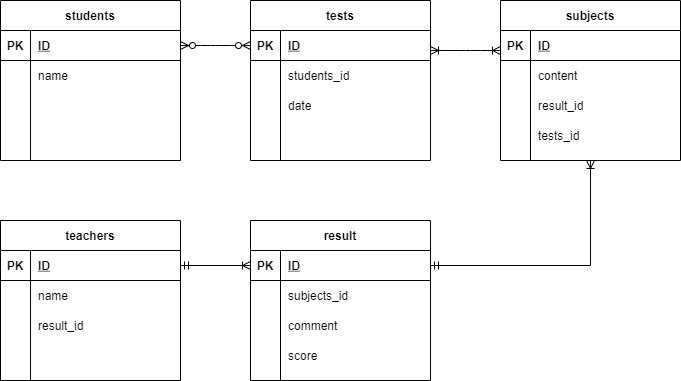
Above: index.drawio.png in hisad/coachtech_DB (draw.io), before the change. Source tidied: cells renumbered, new cells last; positions are measured from the earlier drawing's top-left corner, leaving out a move shared by most shapes.
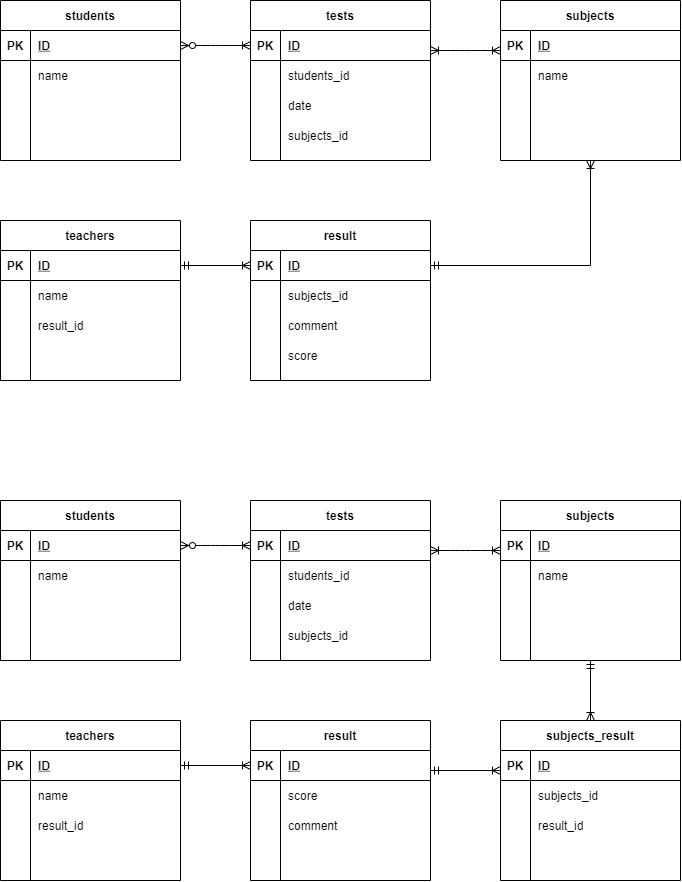
After the commit.

Diff of the diagram source:
```diff
@@ -116,10 +116,10 @@
     <mxCell id="39" style="shape=partialRectangle;fillColor=none;top=0;left=0;bottom=0;right=0;overflow=hidden;" parent="38" vertex="1">
       <mxGeometry width="30" height="30" as="geometry" />
     </mxCell>
-    <mxCell id="40" style="shape=partialRectangle;fillColor=none;top=0;left=0;bottom=0;right=0;align=left;spacingLeft=6;overflow=hidden;" parent="38" vertex="1">
+    <mxCell id="40" value="subjects_id" style="shape=partialRectangle;fillColor=none;top=0;left=0;bottom=0;right=0;align=left;spacingLeft=6;overflow=hidden;" parent="38" vertex="1">
       <mxGeometry x="30" width="150" height="30" as="geometry" />
     </mxCell>
-    <mxCell id="41" style="edgeStyle=entityRelationEdgeStyle;fontSize=12;html=1;endArrow=ERzeroToMany;exitX=1;exitY=0.5;exitDx=0;exitDy=0;entryX=0;entryY=0.5;entryDx=0;entryDy=0;endFill=1;startArrow=ERzeroToMany;startFill=1;" parent="1" edge="1" source="3" target="29">
+    <mxCell id="41" style="edgeStyle=entityRelationEdgeStyle;fontSize=12;html=1;endArrow=ERoneToMany;exitX=1;exitY=0.5;exitDx=0;exitDy=0;entryX=0;entryY=0.5;entryDx=0;entryDy=0;endFill=0;startArrow=ERzeroToMany;startFill=1;" parent="1" edge="1" source="3" target="29">
       <mxGeometry relative="1" as="geometry" />
     </mxCell>
     <mxCell id="42" style="edgeStyle=orthogonalEdgeStyle;rounded=0;jettySize=auto;html=1;startArrow=ERmandOne;startFill=0;endArrow=ERoneToMany;endFill=0;entryX=0.5;entryY=1;entryDx=0;entryDy=0;exitX=1;exitY=0.5;exitDx=0;exitDy=0;" parent="1" edge="1" source="44" target="57">
@@ -185,7 +185,7 @@
     <mxCell id="62" style="shape=partialRectangle;fillColor=none;top=0;left=0;bottom=0;right=0;overflow=hidden;" parent="61" vertex="1">
       <mxGeometry width="30" height="30" as="geometry" />
     </mxCell>
-    <mxCell id="63" value="content" style="shape=partialRectangle;fillColor=none;top=0;left=0;bottom=0;right=0;align=left;spacingLeft=6;overflow=hidden;" parent="61" vertex="1">
+    <mxCell id="63" value="name" style="shape=partialRectangle;fillColor=none;top=0;left=0;bottom=0;right=0;align=left;spacingLeft=6;overflow=hidden;" parent="61" vertex="1">
       <mxGeometry x="30" width="150" height="30" as="geometry" />
     </mxCell>
     <mxCell id="64" style="shape=partialRectangle;fillColor=none;top=0;left=0;bottom=0;right=0;" parent="57" vertex="1">
@@ -194,7 +194,7 @@
     <mxCell id="65" style="shape=partialRectangle;fillColor=none;top=0;left=0;bottom=0;right=0;overflow=hidden;" parent="64" vertex="1">
       <mxGeometry width="30" height="30" as="geometry" />
     </mxCell>
-    <mxCell id="66" value="result_id" style="shape=partialRectangle;fillColor=none;top=0;left=0;bottom=0;right=0;align=left;spacingLeft=6;overflow=hidden;" parent="64" vertex="1">
+    <mxCell id="66" style="shape=partialRectangle;fillColor=none;top=0;left=0;bottom=0;right=0;align=left;spacingLeft=6;overflow=hidden;" parent="64" vertex="1">
       <mxGeometry x="30" width="150" height="30" as="geometry" />
     </mxCell>
     <mxCell id="67" style="shape=partialRectangle;fillColor=none;top=0;left=0;bottom=0;right=0;" parent="57" vertex="1">
@@ -203,7 +203,7 @@
     <mxCell id="68" style="shape=partialRectangle;fillColor=none;top=0;left=0;bottom=0;right=0;overflow=hidden;" parent="67" vertex="1">
       <mxGeometry width="30" height="30" as="geometry" />
     </mxCell>
-    <mxCell id="69" value="tests_id" style="shape=partialRectangle;fillColor=none;top=0;left=0;bottom=0;right=0;align=left;spacingLeft=6;overflow=hidden;" parent="67" vertex="1">
+    <mxCell id="69" style="shape=partialRectangle;fillColor=none;top=0;left=0;bottom=0;right=0;align=left;spacingLeft=6;overflow=hidden;" parent="67" vertex="1">
       <mxGeometry x="30" width="150" height="30" as="geometry" />
     </mxCell>
     <mxCell id="70" style="edgeStyle=entityRelationEdgeStyle;fontSize=12;html=1;endArrow=ERoneToMany;exitX=1;exitY=0.5;exitDx=0;exitDy=0;entryX=0;entryY=0.5;entryDx=0;entryDy=0;endFill=0;startArrow=ERoneToMany;startFill=0;" parent="1" edge="1">
@@ -212,5 +212,260 @@
         <mxPoint x="500" y="50" as="targetPoint" />
       </mxGeometry>
     </mxCell>
+    <mxCell id="71" value="students" style="shape=table;startSize=30;rowLines=0;fontStyle=1;align=center;" parent="1" vertex="1">
+      <mxGeometry y="500" width="180" height="160" as="geometry" />
+    </mxCell>
+    <mxCell id="72" style="shape=partialRectangle;fillColor=none;top=0;left=0;bottom=1;right=0;points=[[0,0.5],[1,0.5]];portConstraint=eastwest;" parent="71" vertex="1">
+      <mxGeometry y="30" width="180" height="30" as="geometry" />
+    </mxCell>
+    <mxCell id="73" value="PK" style="shape=partialRectangle;fillColor=none;top=0;left=0;bottom=0;right=0;fontStyle=1;overflow=hidden;" parent="72" vertex="1">
+      <mxGeometry width="30" height="30" as="geometry" />
+    </mxCell>
+    <mxCell id="74" value="ID" style="shape=partialRectangle;fillColor=none;top=0;left=0;bottom=0;right=0;align=left;spacingLeft=6;fontStyle=5;overflow=hidden;" parent="72" vertex="1">
+      <mxGeometry x="30" width="150" height="30" as="geometry" />
+    </mxCell>
+    <mxCell id="75" style="shape=partialRectangle;fillColor=none;top=0;left=0;bottom=0;right=0;" parent="71" vertex="1">
+      <mxGeometry y="60" width="180" height="30" as="geometry" />
+    </mxCell>
+    <mxCell id="76" style="shape=partialRectangle;fillColor=none;top=0;left=0;bottom=0;right=0;overflow=hidden;" parent="75" vertex="1">
+      <mxGeometry width="30" height="30" as="geometry" />
+    </mxCell>
+    <mxCell id="77" value="name" style="shape=partialRectangle;fillColor=none;top=0;left=0;bottom=0;right=0;align=left;spacingLeft=6;overflow=hidden;" parent="75" vertex="1">
+      <mxGeometry x="30" width="150" height="30" as="geometry" />
+    </mxCell>
+    <mxCell id="78" style="shape=partialRectangle;fillColor=none;top=0;left=0;bottom=0;right=0;" parent="71" vertex="1">
+      <mxGeometry y="90" width="180" height="30" as="geometry" />
+    </mxCell>
+    <mxCell id="79" style="shape=partialRectangle;fillColor=none;top=0;left=0;bottom=0;right=0;overflow=hidden;" parent="78" vertex="1">
+      <mxGeometry width="30" height="30" as="geometry" />
+    </mxCell>
+    <mxCell id="80" style="shape=partialRectangle;fillColor=none;top=0;left=0;bottom=0;right=0;align=left;spacingLeft=6;overflow=hidden;" parent="78" vertex="1">
+      <mxGeometry x="30" width="150" height="30" as="geometry" />
+    </mxCell>
+    <mxCell id="81" style="shape=partialRectangle;fillColor=none;top=0;left=0;bottom=0;right=0;" parent="71" vertex="1">
+      <mxGeometry y="120" width="180" height="30" as="geometry" />
+    </mxCell>
+    <mxCell id="82" style="shape=partialRectangle;fillColor=none;top=0;left=0;bottom=0;right=0;overflow=hidden;" parent="81" vertex="1">
+      <mxGeometry width="30" height="30" as="geometry" />
+    </mxCell>
+    <mxCell id="83" style="shape=partialRectangle;fillColor=none;top=0;left=0;bottom=0;right=0;align=left;spacingLeft=6;overflow=hidden;" parent="81" vertex="1">
+      <mxGeometry x="30" width="150" height="30" as="geometry" />
+    </mxCell>
+    <mxCell id="84" value="teachers" style="shape=table;startSize=30;rowLines=0;fontStyle=1;align=center;" parent="1" vertex="1">
+      <mxGeometry y="720" width="180" height="160" as="geometry" />
+    </mxCell>
+    <mxCell id="85" style="shape=partialRectangle;fillColor=none;top=0;left=0;bottom=1;right=0;points=[[0,0.5],[1,0.5]];portConstraint=eastwest;" parent="84" vertex="1">
+      <mxGeometry y="30" width="180" height="30" as="geometry" />
+    </mxCell>
+    <mxCell id="86" value="PK" style="shape=partialRectangle;fillColor=none;top=0;left=0;bottom=0;right=0;fontStyle=1;overflow=hidden;" parent="85" vertex="1">
+      <mxGeometry width="30" height="30" as="geometry" />
+    </mxCell>
+    <mxCell id="87" value="ID" style="shape=partialRectangle;fillColor=none;top=0;left=0;bottom=0;right=0;align=left;spacingLeft=6;fontStyle=5;overflow=hidden;" parent="85" vertex="1">
+      <mxGeometry x="30" width="150" height="30" as="geometry" />
+    </mxCell>
+    <mxCell id="88" style="shape=partialRectangle;fillColor=none;top=0;left=0;bottom=0;right=0;" parent="84" vertex="1">
+      <mxGeometry y="60" width="180" height="30" as="geometry" />
+    </mxCell>
+    <mxCell id="89" style="shape=partialRectangle;fillColor=none;top=0;left=0;bottom=0;right=0;overflow=hidden;" parent="88" vertex="1">
+      <mxGeometry width="30" height="30" as="geometry" />
+    </mxCell>
+    <mxCell id="90" value="name" style="shape=partialRectangle;fillColor=none;top=0;left=0;bottom=0;right=0;align=left;spacingLeft=6;overflow=hidden;" parent="88" vertex="1">
+      <mxGeometry x="30" width="150" height="30" as="geometry" />
+    </mxCell>
+    <mxCell id="91" style="shape=partialRectangle;fillColor=none;top=0;left=0;bottom=0;right=0;" parent="84" vertex="1">
+      <mxGeometry y="90" width="180" height="30" as="geometry" />
+    </mxCell>
+    <mxCell id="92" style="shape=partialRectangle;fillColor=none;top=0;left=0;bottom=0;right=0;overflow=hidden;" parent="91" vertex="1">
+      <mxGeometry width="30" height="30" as="geometry" />
+    </mxCell>
+    <mxCell id="93" value="result_id" style="shape=partialRectangle;fillColor=none;top=0;left=0;bottom=0;right=0;align=left;spacingLeft=6;overflow=hidden;" parent="91" vertex="1">
+      <mxGeometry x="30" width="150" height="30" as="geometry" />
+    </mxCell>
+    <mxCell id="94" style="shape=partialRectangle;fillColor=none;top=0;left=0;bottom=0;right=0;" parent="84" vertex="1">
+      <mxGeometry y="120" width="180" height="30" as="geometry" />
+    </mxCell>
+    <mxCell id="95" style="shape=partialRectangle;fillColor=none;top=0;left=0;bottom=0;right=0;overflow=hidden;" parent="94" vertex="1">
+      <mxGeometry width="30" height="30" as="geometry" />
+    </mxCell>
+    <mxCell id="96" style="shape=partialRectangle;fillColor=none;top=0;left=0;bottom=0;right=0;align=left;spacingLeft=6;overflow=hidden;" parent="94" vertex="1">
+      <mxGeometry x="30" width="150" height="30" as="geometry" />
+    </mxCell>
+    <mxCell id="97" value="tests" style="shape=table;startSize=30;rowLines=0;fontStyle=1;align=center;" parent="1" vertex="1">
+      <mxGeometry x="250" y="500" width="180" height="160" as="geometry" />
+    </mxCell>
+    <mxCell id="98" style="shape=partialRectangle;fillColor=none;top=0;left=0;bottom=1;right=0;points=[[0,0.5],[1,0.5]];portConstraint=eastwest;" parent="97" vertex="1">
+      <mxGeometry y="30" width="180" height="30" as="geometry" />
+    </mxCell>
+    <mxCell id="99" value="PK" style="shape=partialRectangle;fillColor=none;top=0;left=0;bottom=0;right=0;fontStyle=1;overflow=hidden;" parent="98" vertex="1">
+      <mxGeometry width="30" height="30" as="geometry" />
+    </mxCell>
+    <mxCell id="100" value="ID" style="shape=partialRectangle;fillColor=none;top=0;left=0;bottom=0;right=0;align=left;spacingLeft=6;fontStyle=5;overflow=hidden;" parent="98" vertex="1">
+      <mxGeometry x="30" width="150" height="30" as="geometry" />
+    </mxCell>
+    <mxCell id="101" style="shape=partialRectangle;fillColor=none;top=0;left=0;bottom=0;right=0;" parent="97" vertex="1">
+      <mxGeometry y="60" width="180" height="30" as="geometry" />
+    </mxCell>
+    <mxCell id="102" style="shape=partialRectangle;fillColor=none;top=0;left=0;bottom=0;right=0;overflow=hidden;" parent="101" vertex="1">
+      <mxGeometry width="30" height="30" as="geometry" />
+    </mxCell>
+    <mxCell id="103" value="students_id" style="shape=partialRectangle;fillColor=none;top=0;left=0;bottom=0;right=0;align=left;spacingLeft=6;overflow=hidden;" parent="101" vertex="1">
+      <mxGeometry x="30" width="150" height="30" as="geometry" />
+    </mxCell>
+    <mxCell id="104" style="shape=partialRectangle;fillColor=none;top=0;left=0;bottom=0;right=0;" parent="97" vertex="1">
+      <mxGeometry y="90" width="180" height="30" as="geometry" />
+    </mxCell>
+    <mxCell id="105" style="shape=partialRectangle;fillColor=none;top=0;left=0;bottom=0;right=0;overflow=hidden;" parent="104" vertex="1">
+      <mxGeometry width="30" height="30" as="geometry" />
+    </mxCell>
+    <mxCell id="106" value="date" style="shape=partialRectangle;fillColor=none;top=0;left=0;bottom=0;right=0;align=left;spacingLeft=6;overflow=hidden;" parent="104" vertex="1">
+      <mxGeometry x="30" width="150" height="30" as="geometry" />
+    </mxCell>
+    <mxCell id="107" style="shape=partialRectangle;fillColor=none;top=0;left=0;bottom=0;right=0;" parent="97" vertex="1">
+      <mxGeometry y="120" width="180" height="30" as="geometry" />
+    </mxCell>
+    <mxCell id="108" style="shape=partialRectangle;fillColor=none;top=0;left=0;bottom=0;right=0;overflow=hidden;" parent="107" vertex="1">
+      <mxGeometry width="30" height="30" as="geometry" />
+    </mxCell>
+    <mxCell id="109" value="subjects_id" style="shape=partialRectangle;fillColor=none;top=0;left=0;bottom=0;right=0;align=left;spacingLeft=6;overflow=hidden;" parent="107" vertex="1">
+      <mxGeometry x="30" width="150" height="30" as="geometry" />
+    </mxCell>
+    <mxCell id="110" style="edgeStyle=entityRelationEdgeStyle;fontSize=12;html=1;endArrow=ERoneToMany;exitX=1;exitY=0.5;exitDx=0;exitDy=0;entryX=0;entryY=0.5;entryDx=0;entryDy=0;endFill=0;startArrow=ERzeroToMany;startFill=1;" parent="1" edge="1" source="72" target="98">
+      <mxGeometry relative="1" as="geometry" />
+    </mxCell>
+    <mxCell id="111" value="result" style="shape=table;startSize=30;rowLines=0;fontStyle=1;align=center;" parent="1" vertex="1">
+      <mxGeometry x="250" y="720" width="180" height="160" as="geometry" />
+    </mxCell>
+    <mxCell id="112" style="shape=partialRectangle;fillColor=none;top=0;left=0;bottom=1;right=0;points=[[0,0.5],[1,0.5]];portConstraint=eastwest;" parent="111" vertex="1">
+      <mxGeometry y="30" width="180" height="30" as="geometry" />
+    </mxCell>
+    <mxCell id="113" value="PK" style="shape=partialRectangle;fillColor=none;top=0;left=0;bottom=0;right=0;fontStyle=1;overflow=hidden;" parent="112" vertex="1">
+      <mxGeometry width="30" height="30" as="geometry" />
+    </mxCell>
+    <mxCell id="114" value="ID" style="shape=partialRectangle;fillColor=none;top=0;left=0;bottom=0;right=0;align=left;spacingLeft=6;fontStyle=5;overflow=hidden;" parent="112" vertex="1">
+      <mxGeometry x="30" width="150" height="30" as="geometry" />
+    </mxCell>
+    <mxCell id="115" style="shape=partialRectangle;fillColor=none;top=0;left=0;bottom=0;right=0;" parent="111" vertex="1">
+      <mxGeometry y="60" width="180" height="30" as="geometry" />
+    </mxCell>
+    <mxCell id="116" style="shape=partialRectangle;fillColor=none;top=0;left=0;bottom=0;right=0;overflow=hidden;" parent="115" vertex="1">
+      <mxGeometry width="30" height="30" as="geometry" />
+    </mxCell>
+    <mxCell id="117" value="score" style="shape=partialRectangle;fillColor=none;top=0;left=0;bottom=0;right=0;align=left;spacingLeft=6;overflow=hidden;" parent="115" vertex="1">
+      <mxGeometry x="30" width="150" height="30" as="geometry" />
+    </mxCell>
+    <mxCell id="118" style="shape=partialRectangle;fillColor=none;top=0;left=0;bottom=0;right=0;" parent="111" vertex="1">
+      <mxGeometry y="90" width="180" height="30" as="geometry" />
+    </mxCell>
+    <mxCell id="119" style="shape=partialRectangle;fillColor=none;top=0;left=0;bottom=0;right=0;overflow=hidden;" parent="118" vertex="1">
+      <mxGeometry width="30" height="30" as="geometry" />
+    </mxCell>
+    <mxCell id="120" value="comment" style="shape=partialRectangle;fillColor=none;top=0;left=0;bottom=0;right=0;align=left;spacingLeft=6;overflow=hidden;" parent="118" vertex="1">
+      <mxGeometry x="30" width="150" height="30" as="geometry" />
+    </mxCell>
+    <mxCell id="121" style="shape=partialRectangle;fillColor=none;top=0;left=0;bottom=0;right=0;" parent="111" vertex="1">
+      <mxGeometry y="120" width="180" height="30" as="geometry" />
+    </mxCell>
+    <mxCell id="122" style="shape=partialRectangle;fillColor=none;top=0;left=0;bottom=0;right=0;overflow=hidden;" parent="121" vertex="1">
+      <mxGeometry width="30" height="30" as="geometry" />
+    </mxCell>
+    <mxCell id="123" style="shape=partialRectangle;fillColor=none;top=0;left=0;bottom=0;right=0;align=left;spacingLeft=6;overflow=hidden;" parent="121" vertex="1">
+      <mxGeometry x="30" width="150" height="30" as="geometry" />
+    </mxCell>
+    <mxCell id="124" style="fontSize=12;html=1;endArrow=ERoneToMany;exitX=1;exitY=0.5;exitDx=0;exitDy=0;entryX=0;entryY=0.5;entryDx=0;entryDy=0;endFill=0;startArrow=ERmandOne;startFill=0;" parent="1" edge="1" source="85" target="112">
+      <mxGeometry relative="1" as="geometry" />
+    </mxCell>
+    <mxCell id="125" value="subjects" style="shape=table;startSize=30;rowLines=0;fontStyle=1;align=center;" parent="1" vertex="1">
+      <mxGeometry x="500" y="500" width="180" height="160" as="geometry" />
+    </mxCell>
+    <mxCell id="126" style="shape=partialRectangle;fillColor=none;top=0;left=0;bottom=1;right=0;" parent="125" vertex="1">
+      <mxGeometry y="30" width="180" height="30" as="geometry" />
+    </mxCell>
+    <mxCell id="127" value="PK" style="shape=partialRectangle;fillColor=none;top=0;left=0;bottom=0;right=0;fontStyle=1;overflow=hidden;" parent="126" vertex="1">
+      <mxGeometry width="30" height="30" as="geometry" />
+    </mxCell>
+    <mxCell id="128" value="ID" style="shape=partialRectangle;fillColor=none;top=0;left=0;bottom=0;right=0;align=left;spacingLeft=6;fontStyle=5;overflow=hidden;" parent="126" vertex="1">
+      <mxGeometry x="30" width="150" height="30" as="geometry" />
+    </mxCell>
+    <mxCell id="129" style="shape=partialRectangle;fillColor=none;top=0;left=0;bottom=0;right=0;" parent="125" vertex="1">
+      <mxGeometry y="60" width="180" height="30" as="geometry" />
+    </mxCell>
+    <mxCell id="130" style="shape=partialRectangle;fillColor=none;top=0;left=0;bottom=0;right=0;overflow=hidden;" parent="129" vertex="1">
+      <mxGeometry width="30" height="30" as="geometry" />
+    </mxCell>
+    <mxCell id="131" value="name" style="shape=partialRectangle;fillColor=none;top=0;left=0;bottom=0;right=0;align=left;spacingLeft=6;overflow=hidden;" parent="129" vertex="1">
+      <mxGeometry x="30" width="150" height="30" as="geometry" />
+    </mxCell>
+    <mxCell id="132" style="shape=partialRectangle;fillColor=none;top=0;left=0;bottom=0;right=0;" parent="125" vertex="1">
+      <mxGeometry y="90" width="180" height="30" as="geometry" />
+    </mxCell>
+    <mxCell id="133" style="shape=partialRectangle;fillColor=none;top=0;left=0;bottom=0;right=0;overflow=hidden;" parent="132" vertex="1">
+      <mxGeometry width="30" height="30" as="geometry" />
+    </mxCell>
+    <mxCell id="134" style="shape=partialRectangle;fillColor=none;top=0;left=0;bottom=0;right=0;align=left;spacingLeft=6;overflow=hidden;" parent="132" vertex="1">
+      <mxGeometry x="30" width="150" height="30" as="geometry" />
+    </mxCell>
+    <mxCell id="135" style="shape=partialRectangle;fillColor=none;top=0;left=0;bottom=0;right=0;" parent="125" vertex="1">
+      <mxGeometry y="120" width="180" height="30" as="geometry" />
+    </mxCell>
+    <mxCell id="136" style="shape=partialRectangle;fillColor=none;top=0;left=0;bottom=0;right=0;overflow=hidden;" parent="135" vertex="1">
+      <mxGeometry width="30" height="30" as="geometry" />
+    </mxCell>
+    <mxCell id="137" style="shape=partialRectangle;fillColor=none;top=0;left=0;bottom=0;right=0;align=left;spacingLeft=6;overflow=hidden;" parent="135" vertex="1">
+      <mxGeometry x="30" width="150" height="30" as="geometry" />
+    </mxCell>
+    <mxCell id="138" style="edgeStyle=entityRelationEdgeStyle;fontSize=12;html=1;endArrow=ERoneToMany;exitX=1;exitY=0.5;exitDx=0;exitDy=0;entryX=0;entryY=0.5;entryDx=0;entryDy=0;endFill=0;startArrow=ERoneToMany;startFill=0;" parent="1" edge="1">
+      <mxGeometry relative="1" as="geometry">
+        <mxPoint x="430" y="550" as="sourcePoint" />
+        <mxPoint x="500" y="550" as="targetPoint" />
+      </mxGeometry>
+    </mxCell>
+    <mxCell id="139" value="subjects_result" style="shape=table;startSize=30;rowLines=0;fontStyle=1;align=center;" parent="1" vertex="1">
+      <mxGeometry x="500" y="720" width="180" height="160" as="geometry" />
+    </mxCell>
+    <mxCell id="140" style="shape=partialRectangle;fillColor=none;top=0;left=0;bottom=1;right=0;" parent="139" vertex="1">
+      <mxGeometry y="30" width="180" height="30" as="geometry" />
+    </mxCell>
+    <mxCell id="141" value="PK" style="shape=partialRectangle;fillColor=none;top=0;left=0;bottom=0;right=0;fontStyle=1;overflow=hidden;" parent="140" vertex="1">
+      <mxGeometry width="30" height="30" as="geometry" />
+    </mxCell>
+    <mxCell id="142" value="ID" style="shape=partialRectangle;fillColor=none;top=0;left=0;bottom=0;right=0;align=left;spacingLeft=6;fontStyle=5;overflow=hidden;" parent="140" vertex="1">
+      <mxGeometry x="30" width="150" height="30" as="geometry" />
+    </mxCell>
+    <mxCell id="143" style="shape=partialRectangle;fillColor=none;top=0;left=0;bottom=0;right=0;" parent="139" vertex="1">
+      <mxGeometry y="60" width="180" height="30" as="geometry" />
+    </mxCell>
+    <mxCell id="144" style="shape=partialRectangle;fillColor=none;top=0;left=0;bottom=0;right=0;overflow=hidden;" parent="143" vertex="1">
+      <mxGeometry width="30" height="30" as="geometry" />
+    </mxCell>
+    <mxCell id="145" value="subjects_id" style="shape=partialRectangle;fillColor=none;top=0;left=0;bottom=0;right=0;align=left;spacingLeft=6;overflow=hidden;" parent="143" vertex="1">
+      <mxGeometry x="30" width="150" height="30" as="geometry" />
+    </mxCell>
+    <mxCell id="146" style="shape=partialRectangle;fillColor=none;top=0;left=0;bottom=0;right=0;" parent="139" vertex="1">
+      <mxGeometry y="90" width="180" height="30" as="geometry" />
+    </mxCell>
+    <mxCell id="147" style="shape=partialRectangle;fillColor=none;top=0;left=0;bottom=0;right=0;overflow=hidden;" parent="146" vertex="1">
+      <mxGeometry width="30" height="30" as="geometry" />
+    </mxCell>
+    <mxCell id="148" value="result_id" style="shape=partialRectangle;fillColor=none;top=0;left=0;bottom=0;right=0;align=left;spacingLeft=6;overflow=hidden;" parent="146" vertex="1">
+      <mxGeometry x="30" width="150" height="30" as="geometry" />
+    </mxCell>
+    <mxCell id="149" style="shape=partialRectangle;fillColor=none;top=0;left=0;bottom=0;right=0;" parent="139" vertex="1">
+      <mxGeometry y="120" width="180" height="30" as="geometry" />
+    </mxCell>
+    <mxCell id="150" style="shape=partialRectangle;fillColor=none;top=0;left=0;bottom=0;right=0;overflow=hidden;" parent="149" vertex="1">
+      <mxGeometry width="30" height="30" as="geometry" />
+    </mxCell>
+    <mxCell id="151" style="shape=partialRectangle;fillColor=none;top=0;left=0;bottom=0;right=0;align=left;spacingLeft=6;overflow=hidden;" parent="149" vertex="1">
+      <mxGeometry x="30" width="150" height="30" as="geometry" />
+    </mxCell>
+    <mxCell id="152" style="fontSize=12;html=1;endArrow=ERoneToMany;exitX=1;exitY=0.5;exitDx=0;exitDy=0;entryX=0;entryY=0.5;entryDx=0;entryDy=0;endFill=0;startArrow=ERmandOne;startFill=0;" parent="1" edge="1">
+      <mxGeometry relative="1" as="geometry">
+        <mxPoint x="430" y="770" as="sourcePoint" />
+        <mxPoint x="500" y="770" as="targetPoint" />
+      </mxGeometry>
+    </mxCell>
+    <mxCell id="153" style="fontSize=12;html=1;endArrow=ERoneToMany;exitX=0.5;exitY=1;exitDx=0;exitDy=0;entryX=0.5;entryY=0;entryDx=0;entryDy=0;endFill=0;startArrow=ERmandOne;startFill=0;" parent="1" edge="1" source="125" target="139">
+      <mxGeometry relative="1" as="geometry" />
+    </mxCell>
   </root>
 </mxGraphModel>
```
